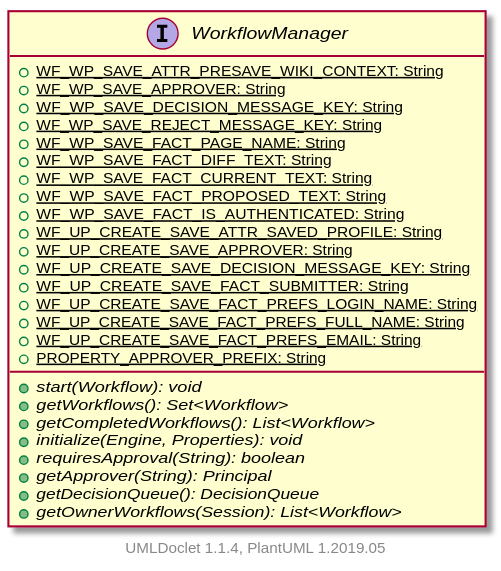
The PlantUML diagram apidocs/2.11.0.M7-SNAPSHOT/org/apache/wiki/workflow/WorkflowManager.svg in apache/jspwiki-site, before a commit. The source it was exported from:
```plantuml
@startuml

    interface WorkflowManager [[WorkflowManager.html]] {
        {static} +WF_WP_SAVE_ATTR_PRESAVE_WIKI_CONTEXT: String
        {static} +WF_WP_SAVE_APPROVER: String
        {static} +WF_WP_SAVE_DECISION_MESSAGE_KEY: String
        {static} +WF_WP_SAVE_REJECT_MESSAGE_KEY: String
        {static} +WF_WP_SAVE_FACT_PAGE_NAME: String
        {static} +WF_WP_SAVE_FACT_DIFF_TEXT: String
        {static} +WF_WP_SAVE_FACT_CURRENT_TEXT: String
        {static} +WF_WP_SAVE_FACT_PROPOSED_TEXT: String
        {static} +WF_WP_SAVE_FACT_IS_AUTHENTICATED: String
        {static} +WF_UP_CREATE_SAVE_ATTR_SAVED_PROFILE: String
        {static} +WF_UP_CREATE_SAVE_APPROVER: String
        {static} +WF_UP_CREATE_SAVE_DECISION_MESSAGE_KEY: String
        {static} +WF_UP_CREATE_SAVE_FACT_SUBMITTER: String
        {static} +WF_UP_CREATE_SAVE_FACT_PREFS_LOGIN_NAME: String
        {static} +WF_UP_CREATE_SAVE_FACT_PREFS_FULL_NAME: String
        {static} +WF_UP_CREATE_SAVE_FACT_PREFS_EMAIL: String
        {static} +PROPERTY_APPROVER_PREFIX: String
        {abstract} +start(Workflow): void
        {abstract} +getWorkflows(): Set<Workflow>
        {abstract} +getCompletedWorkflows(): List<Workflow>
        {abstract} +initialize(Engine, Properties): void
        {abstract} +requiresApproval(String): boolean
        {abstract} +getApprover(String): Principal
        {abstract} +getDecisionQueue(): DecisionQueue
        {abstract} +getOwnerWorkflows(Session): List<Workflow>
    }


    center footer UMLDoclet 1.1.4, PlantUML 1.2019.05
@enduml
```
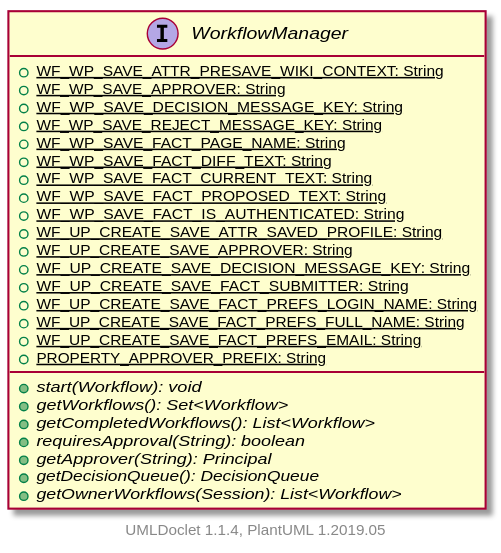
After the change.

The edit, as a diff of the source:
```diff
@@ -21,7 +21,6 @@
         {abstract} +start(Workflow): void
         {abstract} +getWorkflows(): Set<Workflow>
         {abstract} +getCompletedWorkflows(): List<Workflow>
-        {abstract} +initialize(Engine, Properties): void
         {abstract} +requiresApproval(String): boolean
         {abstract} +getApprover(String): Principal
         {abstract} +getDecisionQueue(): DecisionQueue
```
